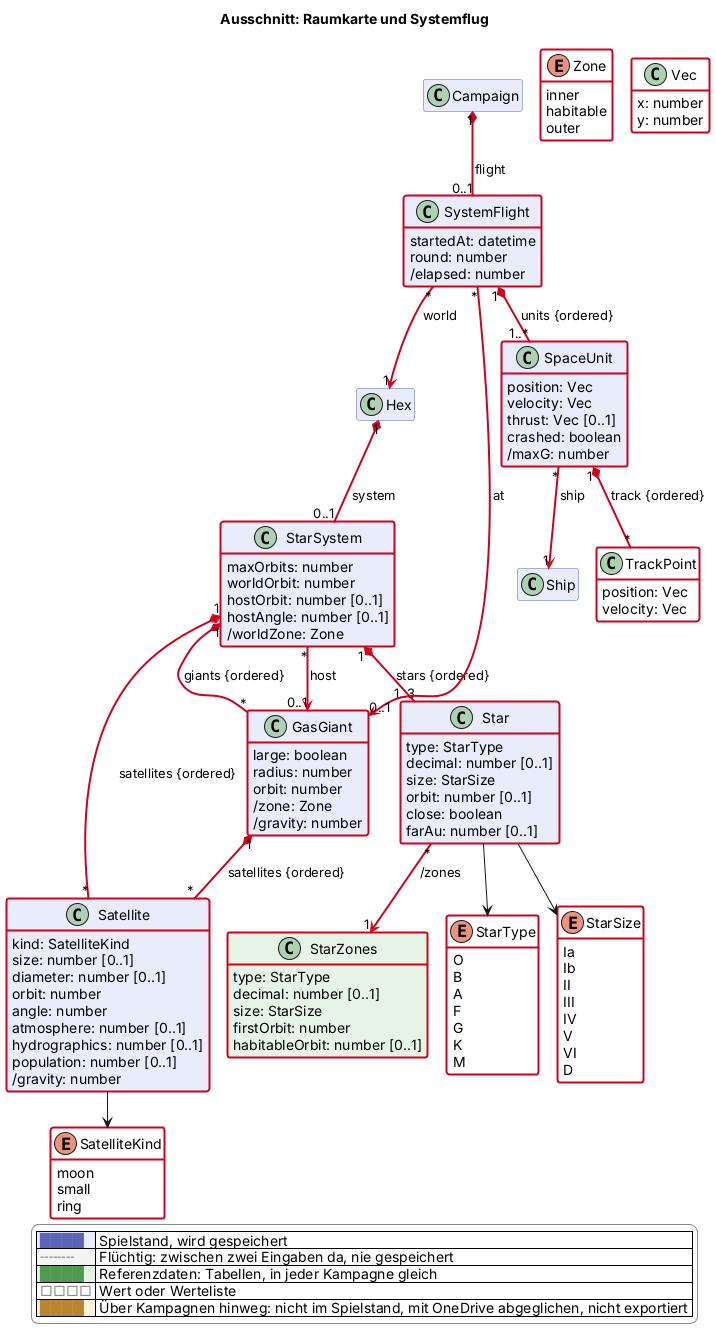
Earlier version of the PlantUML export docs/views/raum.png (scuzzar/SRE).
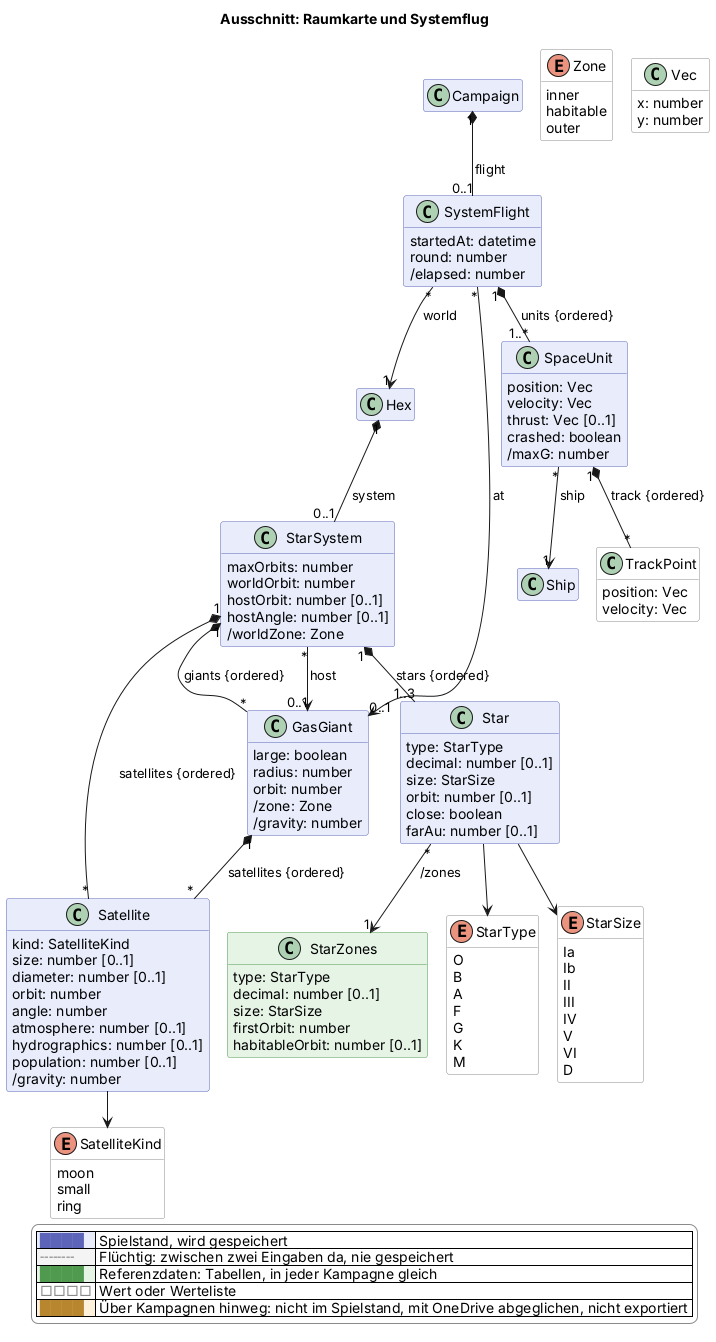
Later version of the same file.

What changed in the source:
```diff
@@ -73,19 +73,19 @@
 
   class Ship $schiffe
 
-  class SystemFlight $raum $newClass("2026-11-18") {
+  class SystemFlight $raum {
     startedAt: datetime
     round: number
     /elapsed: number
   }
-  class StarSystem $raum $newClass("2026-11-18b") {
+  class StarSystem $raum {
     maxOrbits: number
     worldOrbit: number
     hostOrbit: number [0..1]
     hostAngle: number [0..1]
     /worldZone: Zone
   }
-  class Star $raum $newClass("2026-11-18b") {
+  class Star $raum {
     type: StarType
     decimal: number [0..1]
     size: StarSize
@@ -93,7 +93,7 @@
     close: boolean
     farAu: number [0..1]
   }
-  enum StarType <<value>> $raum $newClass("2026-11-18b") {
+  enum StarType <<value>> $raum {
     O
     B
     A
@@ -102,7 +102,7 @@
     K
     M
   }
-  enum StarSize <<value>> $raum $newClass("2026-11-18b") {
+  enum StarSize <<value>> $raum {
     Ia
     Ib
     II
@@ -112,19 +112,19 @@
     VI
     D
   }
-  enum Zone <<value>> $raum $newClass("2026-11-18b") {
+  enum Zone <<value>> $raum {
     inner
     habitable
     outer
   }
-  class StarZones <<reference>> $raum $newClass("2026-11-18b") {
+  class StarZones <<reference>> $raum {
     type: StarType
     decimal: number [0..1]
     size: StarSize
     firstOrbit: number
     habitableOrbit: number [0..1]
   }
-  class Satellite $raum $newClass("2026-11-18b") {
+  class Satellite $raum {
     kind: SatelliteKind
     size: number [0..1]
     diameter: number [0..1]
@@ -135,30 +135,30 @@
     population: number [0..1]
     /gravity: number
   }
-  enum SatelliteKind <<value>> $raum $newClass("2026-11-18b") {
+  enum SatelliteKind <<value>> $raum {
     moon
     small
     ring
   }
-  class GasGiant $raum $newClass("2026-11-18b") {
+  class GasGiant $raum {
     large: boolean
     radius: number
     orbit: number
     /zone: Zone
     /gravity: number
   }
-  class SpaceUnit $raum $newClass("2026-11-18") {
+  class SpaceUnit $raum {
     position: Vec
     velocity: Vec
     thrust: Vec [0..1]
     crashed: boolean
     /maxG: number
   }
-  class TrackPoint <<value>> $raum $newClass("2026-11-18") {
+  class TrackPoint <<value>> $raum {
     position: Vec
     velocity: Vec
   }
-  class Vec <<value>> $raum $newClass("2026-11-18") {
+  class Vec <<value>> $raum {
     x: number
     y: number
   }
@@ -172,21 +172,21 @@
 
 
 
-Campaign "1" *-$newArrow("2026-11-18")- "0..1" SystemFlight : flight
-SystemFlight "*" -$newArrow("2026-11-18")-> "1" Hex : world
-SystemFlight "1" *-$newArrow("2026-11-18")- "1..*" SpaceUnit : units {ordered}
-SpaceUnit "*" -$newArrow("2026-11-18")-> "1" Ship : ship
-SpaceUnit "1" *-$newArrow("2026-11-18")- "*" TrackPoint : track {ordered}
-Hex "1" *-$newArrow("2026-11-18b")- "0..1" StarSystem : system
-StarSystem "1" *-$newArrow("2026-11-18b")- "1..3" Star : stars {ordered}
-StarSystem "1" *-$newArrow("2026-11-18b")- "*" Satellite : satellites {ordered}
-StarSystem "1" *-$newArrow("2026-11-18b")- "*" GasGiant : giants {ordered}
-StarSystem "*" -$newArrow("2026-11-18b")-> "0..1" GasGiant : host
-Star "*" -$newArrow("2026-11-18b")-> "1" StarZones : /zones
+Campaign "1" *-- "0..1" SystemFlight : flight
+SystemFlight "*" --> "1" Hex : world
+SystemFlight "1" *-- "1..*" SpaceUnit : units {ordered}
+SpaceUnit "*" --> "1" Ship : ship
+SpaceUnit "1" *-- "*" TrackPoint : track {ordered}
+Hex "1" *-- "0..1" StarSystem : system
+StarSystem "1" *-- "1..3" Star : stars {ordered}
+StarSystem "1" *-- "*" Satellite : satellites {ordered}
+StarSystem "1" *-- "*" GasGiant : giants {ordered}
+StarSystem "*" --> "0..1" GasGiant : host
+Star "*" --> "1" StarZones : /zones
 Star --> StarType
 Star --> StarSize
-SystemFlight "*" -$newArrow("2026-11-18b")-> "0..1" GasGiant : at
-GasGiant "1" *-$newArrow("2026-11-18b")- "*" Satellite : satellites {ordered}
+SystemFlight "*" --> "0..1" GasGiant : at
+GasGiant "1" *-- "*" Satellite : satellites {ordered}
 Satellite --> SatelliteKind
 
 
```
